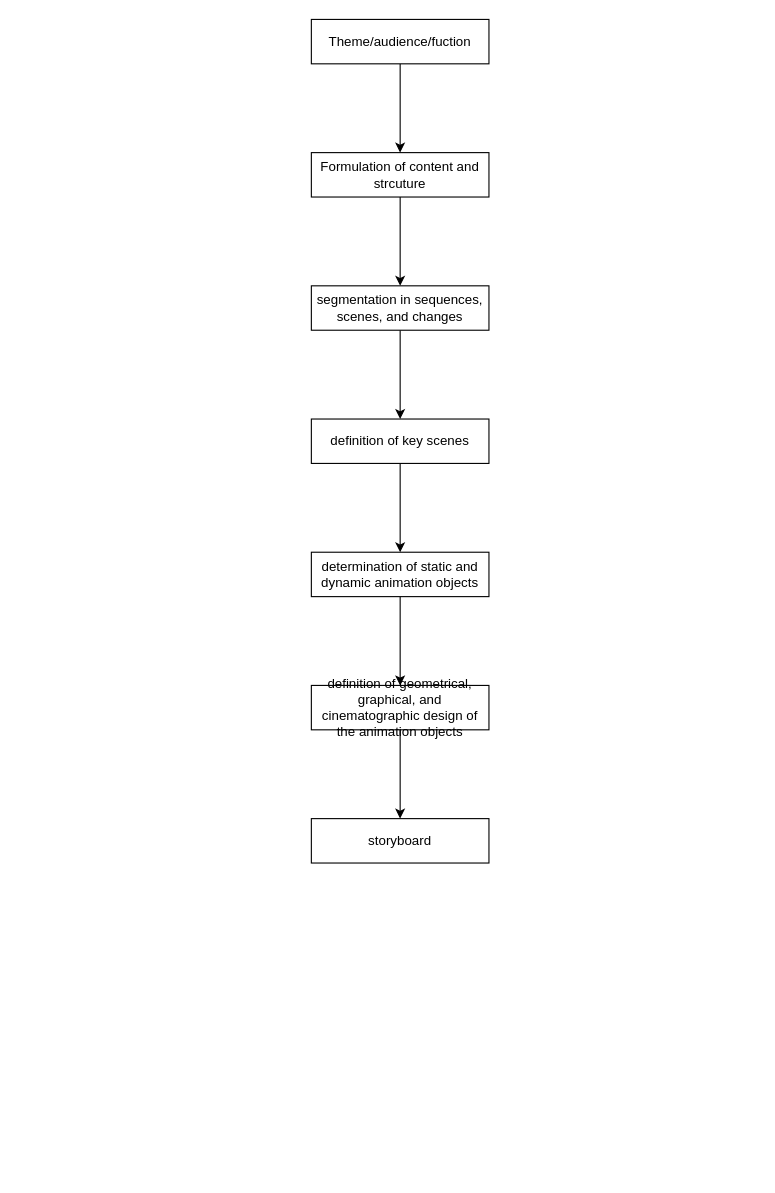
Before: Thematic cartography/cartography.drawio in msqiu/Geomatics-Engineering, a draw.io diagram. Source tidied: cells renumbered, new cells numbered last; positions are measured from the earlier drawing's top-left corner, leaving out a move shared by most shapes. Both pictures are drawn from the tidied source at 111%, with x=0, y=0 at pixel (311, 19).
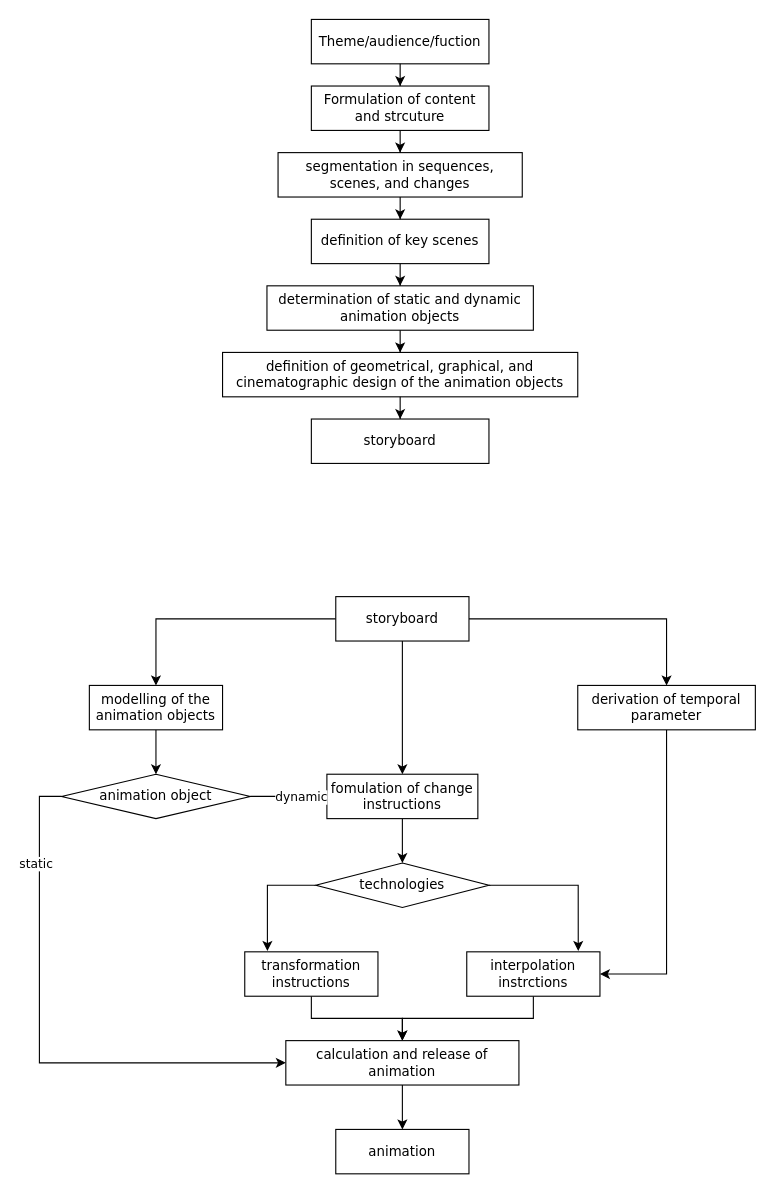
The same page after the edit.

What changed in the source:
```diff
@@
+    <mxCell id="15" style="group;" parent="1" vertex="1">
+      <mxGeometry x="-80" width="320" height="400" as="geometry" />
+    </mxCell>
+    <mxCell id="3" value="Theme/audience/fuction" style="rounded=0;whiteSpace=wrap;html=1;fontFamily=Verdana;" parent="15" vertex="1">
+      <mxGeometry x="80" width="160" height="40" as="geometry" />
+    </mxCell>
+    <mxCell id="5" value="Formulation of content and strcuture" style="rounded=0;whiteSpace=wrap;html=1;fontFamily=Verdana;" parent="15" vertex="1">
+      <mxGeometry x="80" y="60" width="160" height="40" as="geometry" />
+    </mxCell>
-    <mxCell id="2" style="edgeStyle=orthogonalEdgeStyle;rounded=0;jettySize=auto;html=1;" parent="1" edge="1" source="3" target="5">
+    <mxCell id="2" style="edgeStyle=orthogonalEdgeStyle;rounded=0;jettySize=auto;html=1;fontFamily=Verdana;" parent="15" edge="1" source="3" target="5">
       <mxGeometry relative="1" as="geometry" />
     </mxCell>
-    <mxCell id="3" value="Theme/audience/fuction" style="rounded=0;whiteSpace=wrap;html=1;" parent="1" vertex="1">
-      <mxGeometry width="160" height="40" as="geometry" />
-    </mxCell>
+    <mxCell id="7" value="segmentation in sequences, scenes, and changes" style="rounded=0;whiteSpace=wrap;html=1;fontFamily=Verdana;" parent="15" vertex="1">
+      <mxGeometry x="50" y="120" width="220" height="40" as="geometry" />
+    </mxCell>
-    <mxCell id="4" style="edgeStyle=orthogonalEdgeStyle;rounded=0;jettySize=auto;html=1;" parent="1" edge="1" source="5" target="7">
+    <mxCell id="4" style="edgeStyle=orthogonalEdgeStyle;rounded=0;jettySize=auto;html=1;fontFamily=Verdana;" parent="15" edge="1" source="5" target="7">
       <mxGeometry relative="1" as="geometry" />
     </mxCell>
-    <mxCell id="5" value="Formulation of content and strcuture" style="rounded=0;whiteSpace=wrap;html=1;" parent="1" vertex="1">
-      <mxGeometry y="120" width="160" height="40" as="geometry" />
-    </mxCell>
+    <mxCell id="9" value="definition of key scenes" style="rounded=0;whiteSpace=wrap;html=1;fontFamily=Verdana;" parent="15" vertex="1">
+      <mxGeometry x="80" y="180" width="160" height="40" as="geometry" />
+    </mxCell>
-    <mxCell id="6" style="edgeStyle=orthogonalEdgeStyle;rounded=0;jettySize=auto;html=1;" parent="1" edge="1" source="7" target="9">
+    <mxCell id="6" style="edgeStyle=orthogonalEdgeStyle;rounded=0;jettySize=auto;html=1;fontFamily=Verdana;" parent="15" edge="1" source="7" target="9">
       <mxGeometry relative="1" as="geometry" />
     </mxCell>
-    <mxCell id="7" value="segmentation in sequences, scenes, and changes" style="rounded=0;whiteSpace=wrap;html=1;" parent="1" vertex="1">
-      <mxGeometry y="240" width="160" height="40" as="geometry" />
-    </mxCell>
+    <mxCell id="11" value="determination of static and dynamic animation objects" style="rounded=0;whiteSpace=wrap;html=1;fontFamily=Verdana;" parent="15" vertex="1">
+      <mxGeometry x="40" y="240" width="240" height="40" as="geometry" />
+    </mxCell>
-    <mxCell id="8" style="edgeStyle=orthogonalEdgeStyle;rounded=0;jettySize=auto;html=1;" parent="1" edge="1" source="9" target="11">
+    <mxCell id="8" style="edgeStyle=orthogonalEdgeStyle;rounded=0;jettySize=auto;html=1;fontFamily=Verdana;" parent="15" edge="1" source="9" target="11">
       <mxGeometry relative="1" as="geometry" />
     </mxCell>
-    <mxCell id="9" value="definition of key scenes" style="rounded=0;whiteSpace=wrap;html=1;" parent="1" vertex="1">
-      <mxGeometry y="360" width="160" height="40" as="geometry" />
-    </mxCell>
+    <mxCell id="13" value="definition of geometrical, graphical, and cinematographic design of the animation objects" style="rounded=0;whiteSpace=wrap;html=1;fontFamily=Verdana;" parent="15" vertex="1">
+      <mxGeometry y="300" width="320" height="40" as="geometry" />
+    </mxCell>
-    <mxCell id="10" style="edgeStyle=orthogonalEdgeStyle;rounded=0;jettySize=auto;html=1;" parent="1" edge="1" source="11" target="13">
+    <mxCell id="10" style="edgeStyle=orthogonalEdgeStyle;rounded=0;jettySize=auto;html=1;fontFamily=Verdana;" parent="15" edge="1" source="11" target="13">
       <mxGeometry relative="1" as="geometry" />
     </mxCell>
-    <mxCell id="11" value="determination of static and dynamic animation objects" style="rounded=0;whiteSpace=wrap;html=1;" parent="1" vertex="1">
-      <mxGeometry y="480" width="160" height="40" as="geometry" />
-    </mxCell>
+    <mxCell id="14" value="storyboard" style="rounded=0;whiteSpace=wrap;html=1;fontFamily=Verdana;" parent="15" vertex="1">
+      <mxGeometry x="80" y="360" width="160" height="40" as="geometry" />
+    </mxCell>
-    <mxCell id="12" style="edgeStyle=orthogonalEdgeStyle;rounded=0;jettySize=auto;html=1;" parent="1" edge="1" source="13" target="14">
+    <mxCell id="12" style="edgeStyle=orthogonalEdgeStyle;rounded=0;jettySize=auto;html=1;fontFamily=Verdana;" parent="15" edge="1" source="13" target="14">
       <mxGeometry relative="1" as="geometry" />
     </mxCell>
-    <mxCell id="13" value="definition of geometrical, graphical, and cinematographic design of the animation objects" style="rounded=0;whiteSpace=wrap;html=1;" parent="1" vertex="1">
-      <mxGeometry y="600" width="160" height="40" as="geometry" />
-    </mxCell>
-    <mxCell id="14" value="storyboard" style="rounded=0;whiteSpace=wrap;html=1;" parent="1" vertex="1">
-      <mxGeometry y="720" width="160" height="40" as="geometry" />
-    </mxCell>
+    <mxCell id="16" style="edgeStyle=orthogonalEdgeStyle;rounded=0;jettySize=auto;html=1;exitX=0;exitY=0.5;exitDx=0;exitDy=0;entryX=0.5;entryY=0;entryDx=0;entryDy=0;fontFamily=Verdana;" parent="1" edge="1" source="19" target="21">
+      <mxGeometry relative="1" as="geometry" />
+    </mxCell>
+    <mxCell id="17" style="edgeStyle=orthogonalEdgeStyle;rounded=0;jettySize=auto;html=1;exitX=1;exitY=0.5;exitDx=0;exitDy=0;entryX=0.5;entryY=0;entryDx=0;entryDy=0;fontFamily=Verdana;" parent="1" edge="1" source="19" target="23">
+      <mxGeometry relative="1" as="geometry" />
+    </mxCell>
+    <mxCell id="18" style="edgeStyle=orthogonalEdgeStyle;rounded=0;jettySize=auto;html=1;entryX=0.5;entryY=0;entryDx=0;entryDy=0;fontFamily=Verdana;" parent="1" edge="1" source="19" target="25">
+      <mxGeometry relative="1" as="geometry" />
+    </mxCell>
+    <mxCell id="19" value="storyboard" style="rounded=0;whiteSpace=wrap;html=1;fontFamily=Verdana;" parent="1" vertex="1">
+      <mxGeometry x="22" y="520" width="120" height="40" as="geometry" />
+    </mxCell>
+    <mxCell id="20" style="edgeStyle=orthogonalEdgeStyle;rounded=0;jettySize=auto;html=1;exitX=0.5;exitY=1;exitDx=0;exitDy=0;entryX=0.5;entryY=0;entryDx=0;entryDy=0;fontFamily=Verdana;" parent="1" edge="1" source="21" target="30">
+      <mxGeometry relative="1" as="geometry" />
+    </mxCell>
+    <mxCell id="21" value="modelling of the animation objects" style="rounded=0;whiteSpace=wrap;html=1;fontFamily=Verdana;" parent="1" vertex="1">
+      <mxGeometry x="-200" y="600" width="120" height="40" as="geometry" />
+    </mxCell>
+    <mxCell id="22" style="edgeStyle=orthogonalEdgeStyle;rounded=0;jettySize=auto;html=1;entryX=1;entryY=0.5;entryDx=0;entryDy=0;fontFamily=Verdana;" parent="1" edge="1" source="23" target="37">
+      <mxGeometry relative="1" as="geometry" />
+    </mxCell>
+    <mxCell id="23" value="derivation of temporal parameter" style="rounded=0;whiteSpace=wrap;html=1;fontFamily=Verdana;" parent="1" vertex="1">
+      <mxGeometry x="240" y="600" width="160" height="40" as="geometry" />
+    </mxCell>
+    <mxCell id="24" style="edgeStyle=orthogonalEdgeStyle;rounded=0;jettySize=auto;html=1;exitX=0.5;exitY=1;exitDx=0;exitDy=0;entryX=0.5;entryY=0;entryDx=0;entryDy=0;fontFamily=Verdana;" parent="1" edge="1" source="25" target="33">
+      <mxGeometry relative="1" as="geometry" />
+    </mxCell>
+    <mxCell id="25" value="fomulation of change instructions" style="rounded=0;whiteSpace=wrap;html=1;fontFamily=Verdana;" parent="1" vertex="1">
+      <mxGeometry x="14" y="680" width="136" height="40" as="geometry" />
+    </mxCell>
+    <mxCell id="26" style="edgeStyle=orthogonalEdgeStyle;rounded=0;jettySize=auto;html=1;exitX=0;exitY=0.5;exitDx=0;exitDy=0;entryX=0;entryY=0.5;entryDx=0;entryDy=0;fontFamily=Verdana;" parent="1" edge="1" source="30" target="39">
+      <mxGeometry relative="1" as="geometry" />
+    </mxCell>
+    <mxCell id="27" value="static" style="edgeLabel;html=1;align=center;verticalAlign=middle;fontFamily=Verdana;" parent="26" vertex="1">
+      <mxGeometry x="-0.67" y="-4" relative="1" as="geometry" />
+    </mxCell>
+    <mxCell id="28" style="edgeStyle=orthogonalEdgeStyle;rounded=0;jettySize=auto;html=1;fontFamily=Verdana;entryX=0;entryY=0.5;entryDx=0;entryDy=0;" parent="1" edge="1" source="30" target="25">
+      <mxGeometry relative="1" as="geometry" />
+    </mxCell>
+    <mxCell id="29" value="dynamic" style="edgeLabel;html=1;align=center;verticalAlign=middle;fontFamily=Verdana;" parent="28" vertex="1">
+      <mxGeometry x="0.29" relative="1" as="geometry" />
+    </mxCell>
+    <mxCell id="30" value="animation object" style="rhombus;whiteSpace=wrap;html=1;fontFamily=Verdana;" parent="1" vertex="1">
+      <mxGeometry x="-225" y="680" width="170" height="40" as="geometry" />
+    </mxCell>
+    <mxCell id="31" style="edgeStyle=orthogonalEdgeStyle;rounded=0;jettySize=auto;html=1;exitX=0;exitY=0.5;exitDx=0;exitDy=0;entryX=0.17;entryY=-0.02;entryDx=0;entryDy=0;entryPerimeter=0;fontFamily=Verdana;" parent="1" edge="1" source="33" target="35">
+      <mxGeometry relative="1" as="geometry" />
+    </mxCell>
+    <mxCell id="32" style="edgeStyle=orthogonalEdgeStyle;rounded=0;jettySize=auto;html=1;exitX=1;exitY=0.5;exitDx=0;exitDy=0;entryX=0.837;entryY=-0.02;entryDx=0;entryDy=0;entryPerimeter=0;fontFamily=Verdana;" parent="1" edge="1" source="33" target="37">
+      <mxGeometry relative="1" as="geometry" />
+    </mxCell>
+    <mxCell id="33" value="technologies" style="rhombus;whiteSpace=wrap;html=1;fontFamily=Verdana;" parent="1" vertex="1">
+      <mxGeometry x="4" y="760" width="156" height="40" as="geometry" />
+    </mxCell>
+    <mxCell id="34" style="edgeStyle=orthogonalEdgeStyle;rounded=0;jettySize=auto;html=1;exitX=0.5;exitY=1;exitDx=0;exitDy=0;entryX=0.5;entryY=0;entryDx=0;entryDy=0;fontFamily=Verdana;" parent="1" edge="1" source="35" target="39">
+      <mxGeometry relative="1" as="geometry" />
+    </mxCell>
+    <mxCell id="35" value="transformation instructions" style="rounded=0;whiteSpace=wrap;html=1;fontFamily=Verdana;" parent="1" vertex="1">
+      <mxGeometry x="-60" y="840" width="120" height="40" as="geometry" />
+    </mxCell>
+    <mxCell id="36" style="edgeStyle=orthogonalEdgeStyle;rounded=0;jettySize=auto;html=1;exitX=0.5;exitY=1;exitDx=0;exitDy=0;entryX=0.5;entryY=0;entryDx=0;entryDy=0;fontFamily=Verdana;" parent="1" edge="1" source="37" target="39">
+      <mxGeometry relative="1" as="geometry" />
+    </mxCell>
+    <mxCell id="37" value="interpolation instrctions" style="rounded=0;whiteSpace=wrap;html=1;fontFamily=Verdana;" parent="1" vertex="1">
+      <mxGeometry x="140" y="840" width="120" height="40" as="geometry" />
+    </mxCell>
+    <mxCell id="38" style="edgeStyle=orthogonalEdgeStyle;rounded=0;jettySize=auto;html=1;exitX=0.5;exitY=1;exitDx=0;exitDy=0;entryX=0.5;entryY=0;entryDx=0;entryDy=0;fontFamily=Verdana;" parent="1" edge="1" source="39" target="40">
+      <mxGeometry relative="1" as="geometry" />
+    </mxCell>
+    <mxCell id="39" value="calculation and release of animation" style="rounded=0;whiteSpace=wrap;html=1;fontFamily=Verdana;" parent="1" vertex="1">
+      <mxGeometry x="-23" y="920" width="210" height="40" as="geometry" />
+    </mxCell>
+    <mxCell id="40" value="animation" style="rounded=0;whiteSpace=wrap;html=1;fontFamily=Verdana;" parent="1" vertex="1">
+      <mxGeometry x="22" y="1000" width="120" height="40" as="geometry" />
+    </mxCell>
+    <mxCell id="41" style="edgeStyle=orthogonalEdgeStyle;rounded=0;orthogonalLoop=1;jettySize=auto;html=1;exitX=0.5;exitY=1;exitDx=0;exitDy=0;fontFamily=Verdana;" parent="1" edge="1" source="30" target="30">
+      <mxGeometry relative="1" as="geometry" />
+    </mxCell>
```
